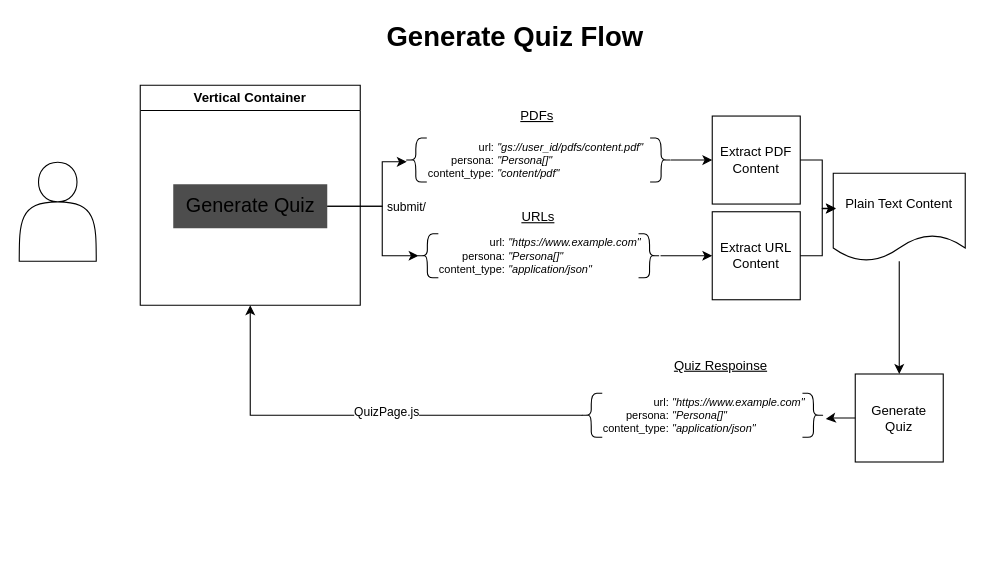
Earlier version of the draw.io diagram backend/diagrams/read-robin-backend.drawio (et-do/quizbo). Source tidied: cells renumbered, new cells numbered last; positions are measured from the earlier drawing's top-left corner, leaving out a move shared by most shapes. Both pictures are drawn from the tidied source at 110%, with x=0, y=0 at pixel (19, 19).
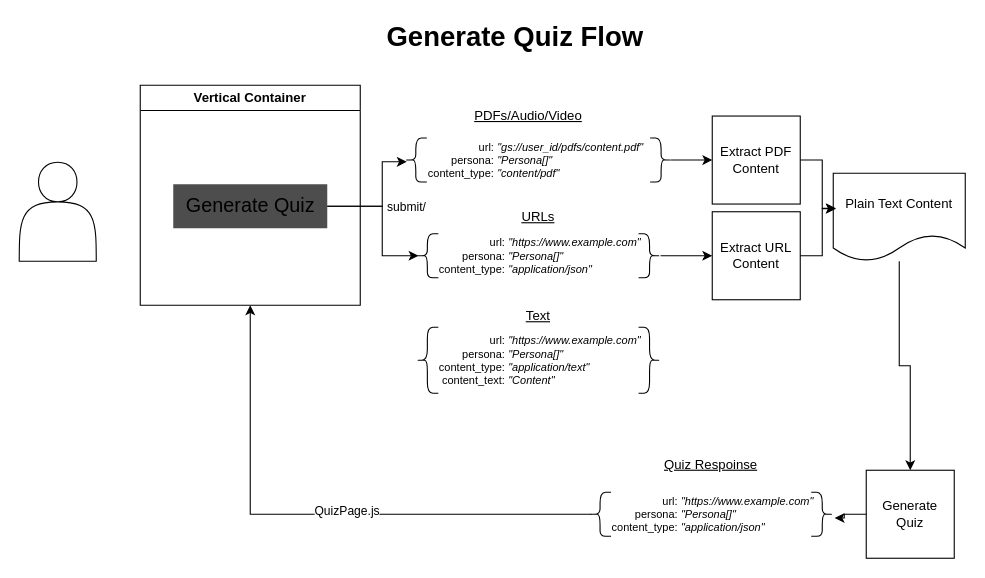
The same page after the edit.

Change to the diagram source:
```diff
@@
-    <mxCell id="18" value="&lt;u&gt;PDFs&lt;/u&gt;" style="text;html=1;align=center;verticalAlign=middle;whiteSpace=wrap;rounded=0;" parent="1" vertex="1">
-      <mxGeometry x="440.5" y="73" width="60" height="30" as="geometry" />
+    <mxCell id="18" value="&lt;u&gt;PDFs/Audio/Video&lt;/u&gt;" style="text;html=1;align=center;verticalAlign=middle;whiteSpace=wrap;rounded=0;" parent="1" vertex="1">
+      <mxGeometry x="432.5" y="73" width="60" height="30" as="geometry" />
     </mxCell>
@@
     <mxCell id="28" value="Generate Quiz" style="whiteSpace=wrap;html=1;" parent="1" vertex="1">
-      <mxGeometry x="760" y="322.5" width="80" height="80" as="geometry" />
+      <mxGeometry x="770" y="410" width="80" height="80" as="geometry" />
     </mxCell>
     <mxCell id="29" style="group;" parent="1" vertex="1">
-      <mxGeometry x="510" y="340" width="222" height="45" as="geometry" />
+      <mxGeometry x="518" y="430" width="222" height="45" as="geometry" />
     </mxCell>
@@
     <mxCell id="38" value="&lt;u&gt;Quiz Respoinse&lt;/u&gt;" style="text;html=1;align=center;verticalAlign=middle;whiteSpace=wrap;rounded=0;" parent="1" vertex="1">
-      <mxGeometry x="592.5" y="300" width="90" height="30" as="geometry" />
+      <mxGeometry x="584" y="390" width="90" height="30" as="geometry" />
     </mxCell>
@@
+    <mxCell id="40" value="&lt;u&gt;Text&lt;/u&gt;" style="text;html=1;align=center;verticalAlign=middle;whiteSpace=wrap;rounded=0;" parent="1" vertex="1">
+      <mxGeometry x="442" y="255" width="60" height="30" as="geometry" />
+    </mxCell>
+    <mxCell id="41" style="group;" parent="1" vertex="1">
+      <mxGeometry x="361" y="300" width="222" height="50" as="geometry" />
+    </mxCell>
+    <mxCell id="42" style="group;" parent="41" vertex="1">
+      <mxGeometry x="22" y="-10" width="200" height="50" as="geometry" />
+    </mxCell>
+    <mxCell id="43" value="&lt;div style=&quot;font-size: 10px;&quot;&gt;&lt;font style=&quot;font-size: 10px;&quot;&gt;&quot;https://www.example.com&quot;&lt;/font&gt;&lt;/div&gt;&lt;div style=&quot;font-size: 10px;&quot;&gt;&lt;font style=&quot;font-size: 10px;&quot;&gt;&quot;Persona[]&quot;&lt;/font&gt;&lt;/div&gt;&lt;div style=&quot;font-size: 10px;&quot;&gt;&lt;font style=&quot;font-size: 10px;&quot;&gt;&quot;application/text&quot;&lt;br&gt;&lt;/font&gt;&lt;/div&gt;&lt;div style=&quot;font-size: 10px;&quot;&gt;&quot;Content&quot;&lt;/div&gt;" style="text;html=1;align=left;verticalAlign=middle;strokeColor=none;fillColor=none;fontSize=10;labelBackgroundColor=none;gradientColor=none;fontStyle=2;" parent="42" vertex="1">
+      <mxGeometry x="60" y="-10" width="140" height="60" as="geometry" />
+    </mxCell>
+    <mxCell id="44" style="shape=curlyBracket;whiteSpace=wrap;html=1;rounded=1;flipH=1;labelPosition=right;verticalLabelPosition=middle;align=left;verticalAlign=middle;" parent="42" vertex="1">
+      <mxGeometry x="180" y="-10" width="20" height="60" as="geometry" />
+    </mxCell>
+    <mxCell id="45" value="&lt;div style=&quot;font-size: 10px;&quot;&gt;&lt;span style=&quot;font-size: 10px; background-color: initial;&quot;&gt;url:&lt;/span&gt;&lt;/div&gt;&lt;div style=&quot;font-size: 10px;&quot;&gt;&lt;div style=&quot;font-size: 10px;&quot;&gt;&lt;span style=&quot;background-color: initial; font-size: 10px;&quot;&gt;persona:&lt;/span&gt;&lt;/div&gt;&lt;div style=&quot;font-size: 10px;&quot;&gt;&lt;span style=&quot;background-color: initial; font-size: 10px;&quot;&gt;content_type:&lt;/span&gt;&lt;/div&gt;&lt;div style=&quot;font-size: 10px;&quot;&gt;&lt;span style=&quot;background-color: initial; font-size: 10px;&quot;&gt;content_text:&lt;/span&gt;&lt;/div&gt;&lt;/div&gt;" style="text;html=1;align=right;verticalAlign=middle;strokeColor=none;fillColor=none;fontSize=10;labelBackgroundColor=none;gradientColor=none;fontStyle=0;" parent="42" vertex="1">
+      <mxGeometry x="-20" y="-10" width="80" height="60" as="geometry" />
+    </mxCell>
+    <mxCell id="46" style="shape=curlyBracket;whiteSpace=wrap;html=1;rounded=1;labelPosition=left;verticalLabelPosition=middle;align=right;verticalAlign=middle;" parent="41" vertex="1">
+      <mxGeometry y="-20" width="20" height="60" as="geometry" />
+    </mxCell>
```
